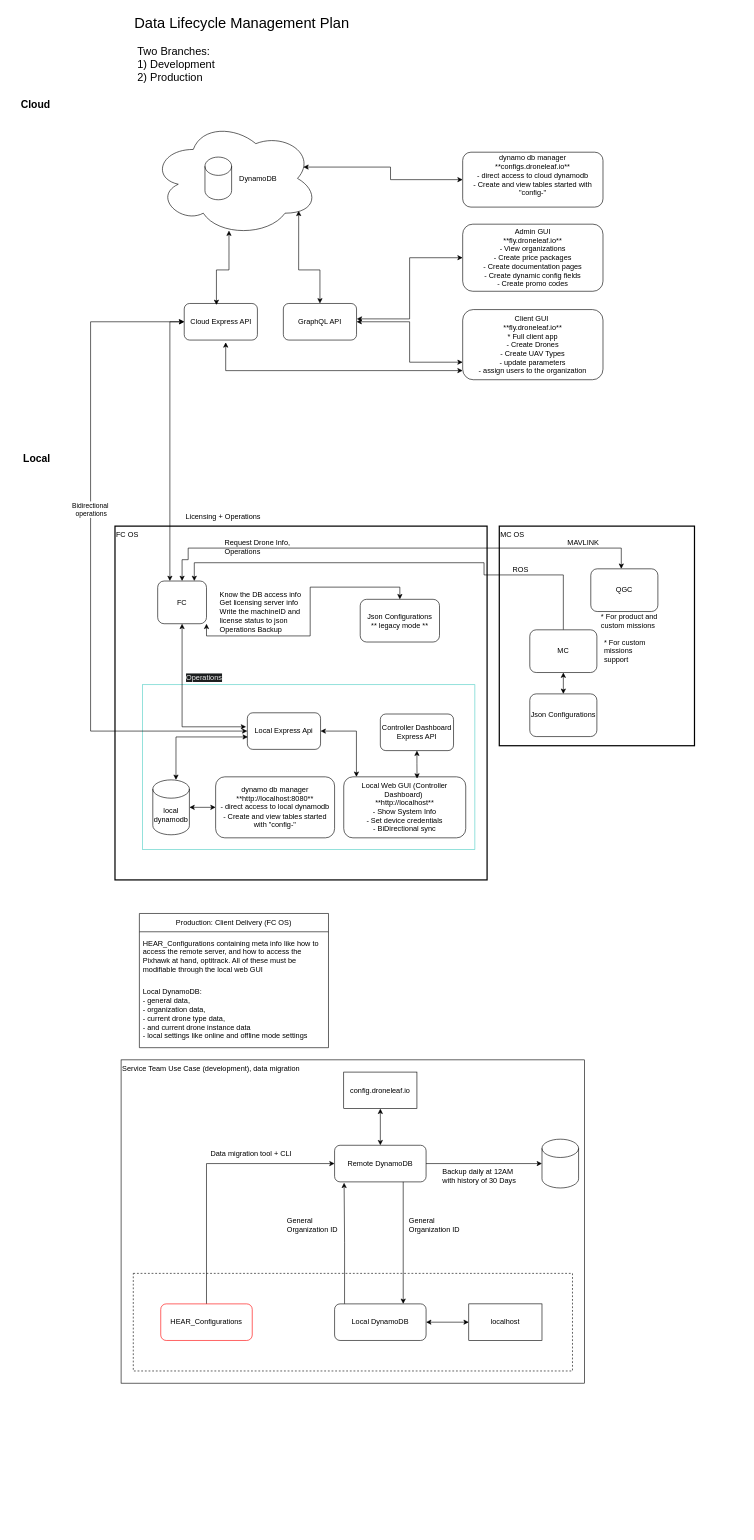
This is Guide/External Software/Data Lifecycle Management/Data_lifecycle_management.drawio from DroneLeaf/HEAR_wiki, a draw.io file, before an edit. Source tidied: cells renumbered, new cells numbered last; positions are measured from the earlier drawing's top-left corner, leaving out a move shared by most shapes. Both pictures are drawn from the tidied source at 61%, with x=0, y=0 at pixel (11, 10).
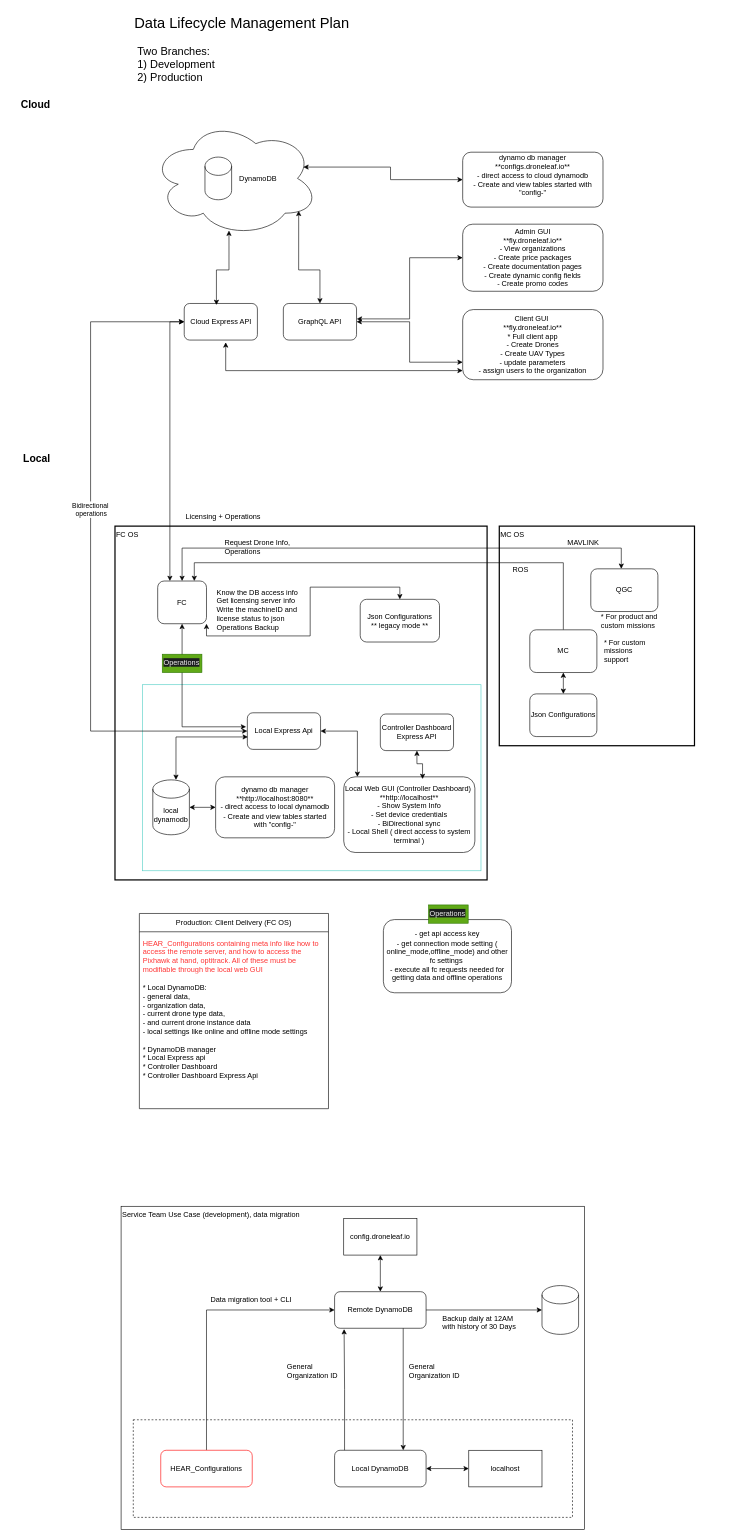
Above is the later version.

The change refers to these unchanged cells:
```xml
<mxCell id="9" value="FC" style="rounded=1;whiteSpace=wrap;html=1;" parent="1" vertex="1">
  <mxGeometry x="240" y="935" width="80" height="70" as="geometry" />
</mxCell>
<mxCell id="16" value="QGC" style="rounded=1;whiteSpace=wrap;html=1;" parent="1" vertex="1">
  <mxGeometry x="950" y="915" width="110" height="70" as="geometry" />
</mxCell>
<mxCell id="18" value="MC" style="rounded=1;whiteSpace=wrap;html=1;" parent="1" vertex="1">
  <mxGeometry x="850" y="1015" width="110" height="70" as="geometry" />
</mxCell>
```

Change to the diagram source:
```diff
@@
     <mxCell id="5" style="rounded=0;whiteSpace=wrap;html=1;align=left;verticalAlign=top;fillColor=none;strokeWidth=1;strokeColor=#50cec5;" parent="1" vertex="1">
-      <mxGeometry x="215" y="1105" width="545" height="270" as="geometry" />
+      <mxGeometry x="215" y="1105" width="555" height="305" as="geometry" />
     </mxCell>
     <mxCell id="6" value="Service Team Use Case (development), data migration" style="rounded=0;whiteSpace=wrap;html=1;verticalAlign=top;align=left;" parent="1" vertex="1">
-      <mxGeometry x="180" y="1720" width="760" height="530" as="geometry" />
+      <mxGeometry x="180" y="1960" width="760" height="530" as="geometry" />
     </mxCell>
     <mxCell id="7" style="rounded=0;whiteSpace=wrap;html=1;fillColor=none;dashed=1;" parent="1" vertex="1">
-      <mxGeometry x="200" y="2070" width="720" height="160" as="geometry" />
+      <mxGeometry x="200" y="2310" width="720" height="160" as="geometry" />
     </mxCell>
@@
-    <mxCell id="12" value="Local Web GUI (Controller Dashboard)&amp;nbsp;&lt;div&gt;**http://localhost**&lt;br&gt;&lt;div&gt;- Show System Info&lt;br&gt;- Set device credentials&lt;br&gt;- BiDirectional sync&lt;/div&gt;&lt;/div&gt;" style="rounded=1;whiteSpace=wrap;html=1;" parent="1" vertex="1">
-      <mxGeometry x="545" y="1256" width="200" height="100" as="geometry" />
+    <mxCell id="12" value="Local Web GUI (Controller Dashboard)&amp;nbsp;&lt;div&gt;**http://localhost**&lt;br&gt;&lt;div&gt;- Show System Info&lt;br&gt;- Set device credentials&lt;br&gt;- BiDirectional sync&lt;/div&gt;&lt;/div&gt;&lt;div&gt;- Local Shell ( direct access to system terminal )&lt;/div&gt;" style="rounded=1;whiteSpace=wrap;html=1;" parent="1" vertex="1">
+      <mxGeometry x="545" y="1256" width="215" height="124" as="geometry" />
     </mxCell>
@@
     <mxCell id="15" style="edgeStyle=orthogonalEdgeStyle;rounded=0;jettySize=auto;html=1;entryX=0.5;entryY=0;entryDx=0;entryDy=0;startArrow=classic;startFill=1;" parent="1" edge="1" source="16" target="9">
       <mxGeometry relative="1" as="geometry">
         <Array as="points">
           <mxPoint x="1000" y="881" />
-          <mxPoint x="290" y="881" />
-          <mxPoint x="290" y="900" />
-          <mxPoint x="280" y="900" />
+          <mxPoint x="280" y="881" />
         </Array>
       </mxGeometry>
     </mxCell>
@@
     <mxCell id="17" style="edgeStyle=orthogonalEdgeStyle;rounded=0;jettySize=auto;html=1;exitX=0.5;exitY=0;exitDx=0;exitDy=0;entryX=0.75;entryY=0;entryDx=0;entryDy=0;startArrow=none;startFill=0;" parent="1" edge="1" source="18" target="9">
       <mxGeometry relative="1" as="geometry">
         <Array as="points">
-          <mxPoint x="905" y="925" />
-          <mxPoint x="775" y="925" />
-          <mxPoint x="775" y="905" />
+          <mxPoint x="905" y="905" />
           <mxPoint x="300" y="905" />
         </Array>
       </mxGeometry>
     </mxCell>
@@
     <mxCell id="19" value="Production: Client Delivery (FC OS)" style="swimlane;fontStyle=0;horizontal=1;startSize=30;whiteSpace=wrap;html=1;" parent="1" vertex="1">
-      <mxGeometry x="210" y="1480" width="310" height="220" as="geometry" />
+      <mxGeometry x="210" y="1480" width="310" height="320" as="geometry" />
     </mxCell>
-    <mxCell id="20" value="HEAR_Configurations containing meta info like how to access the remote server, and how to access the Pixhawk at hand, optitrack. All of these must be modifiable through the local web GUI" style="text;strokeColor=none;fillColor=none;align=left;verticalAlign=middle;spacingLeft=4;spacingRight=4;overflow=hidden;whiteSpace=wrap;html=1;" parent="19" vertex="1">
+    <mxCell id="20" value="&lt;font color=&quot;#ff3333&quot;&gt;HEAR_Configurations containing meta info like how to access the remote server, and how to access the Pixhawk at hand, optitrack. All of these must be modifiable through the local web GUI&lt;/font&gt;" style="text;strokeColor=none;fillColor=none;align=left;verticalAlign=middle;spacingLeft=4;spacingRight=4;overflow=hidden;whiteSpace=wrap;html=1;" parent="19" vertex="1">
       <mxGeometry y="30" width="310" height="80" as="geometry" />
     </mxCell>
-    <mxCell id="21" value="Local DynamoDB:&lt;div&gt;- general data,&amp;nbsp;&lt;/div&gt;&lt;div&gt;- organization data,&amp;nbsp;&lt;/div&gt;&lt;div&gt;- current drone type data,&amp;nbsp;&lt;/div&gt;&lt;div&gt;- and current drone instance data&lt;/div&gt;&lt;div&gt;- local settings like online and offline mode settings&lt;/div&gt;" style="text;strokeColor=none;fillColor=none;align=left;verticalAlign=middle;spacingLeft=4;spacingRight=4;overflow=hidden;whiteSpace=wrap;html=1;" parent="19" vertex="1">
-      <mxGeometry y="110" width="310" height="110" as="geometry" />
+    <mxCell id="21" value="* Local DynamoDB:&lt;div&gt;- general data,&amp;nbsp;&lt;/div&gt;&lt;div&gt;- organization data,&amp;nbsp;&lt;/div&gt;&lt;div&gt;- current drone type data,&amp;nbsp;&lt;/div&gt;&lt;div&gt;- and current drone instance data&lt;/div&gt;&lt;div&gt;- local settings like online and offline mode settings&lt;/div&gt;&lt;div&gt;&lt;br&gt;&lt;/div&gt;&lt;div&gt;* DynamoDB manager&lt;/div&gt;&lt;div&gt;&lt;span style=&quot;background-color: initial;&quot;&gt;* Local Express api&lt;/span&gt;&lt;br&gt;&lt;/div&gt;&lt;div&gt;* Controller Dashboard&amp;nbsp;&lt;/div&gt;&lt;div&gt;* Controller Dashboard Express Api&lt;/div&gt;&lt;div&gt;&lt;br&gt;&lt;/div&gt;&lt;div&gt;&lt;br&gt;&lt;/div&gt;&lt;div&gt;&lt;br&gt;&lt;/div&gt;" style="text;strokeColor=none;fillColor=none;align=left;verticalAlign=middle;spacingLeft=4;spacingRight=4;overflow=hidden;whiteSpace=wrap;html=1;" parent="19" vertex="1">
+      <mxGeometry y="110" width="310" height="210" as="geometry" />
     </mxCell>
@@
     <mxCell id="23" value="Know the DB access info&lt;div&gt;Get licensing server info&lt;br&gt;&lt;div&gt;Write the machineID and license status to json&lt;/div&gt;&lt;/div&gt;&lt;div&gt;Operations Backup&lt;/div&gt;" style="text;html=1;align=left;verticalAlign=top;whiteSpace=wrap;rounded=0;" parent="1" vertex="1">
-      <mxGeometry x="340" y="943" width="145" height="100" as="geometry" />
+      <mxGeometry x="335" y="940" width="145" height="100" as="geometry" />
     </mxCell>
@@
     <mxCell id="25" style="edgeStyle=orthogonalEdgeStyle;rounded=0;jettySize=auto;html=1;exitX=0.5;exitY=0;exitDx=0;exitDy=0;" parent="1" edge="1" source="26" target="27">
       <mxGeometry relative="1" as="geometry">
         <Array as="points">
-          <mxPoint x="320" y="1890" />
+          <mxPoint x="320" y="2130" />
         </Array>
       </mxGeometry>
     </mxCell>
     <mxCell id="26" value="HEAR_Configurations" style="rounded=1;whiteSpace=wrap;html=1;strokeColor=#FF0000;" parent="1" vertex="1">
-      <mxGeometry x="245" y="2120" width="150" height="60" as="geometry" />
+      <mxGeometry x="245" y="2360" width="150" height="60" as="geometry" />
     </mxCell>
     <mxCell id="27" value="Remote DynamoDB" style="rounded=1;whiteSpace=wrap;html=1;" parent="1" vertex="1">
-      <mxGeometry x="530" y="1860" width="150" height="60" as="geometry" />
+      <mxGeometry x="530" y="2100" width="150" height="60" as="geometry" />
     </mxCell>
     <mxCell id="28" value="Local DynamoDB" style="rounded=1;whiteSpace=wrap;html=1;" parent="1" vertex="1">
-      <mxGeometry x="530" y="2120" width="150" height="60" as="geometry" />
+      <mxGeometry x="530" y="2360" width="150" height="60" as="geometry" />
     </mxCell>
     <mxCell id="29" value="Data migration tool + CLI" style="text;html=1;align=left;verticalAlign=top;whiteSpace=wrap;rounded=0;" parent="1" vertex="1">
-      <mxGeometry x="325" y="1860" width="160" height="30" as="geometry" />
+      <mxGeometry x="325" y="2100" width="160" height="30" as="geometry" />
     </mxCell>
@@
     <mxCell id="32" value="General&lt;div&gt;Organization ID&lt;/div&gt;" style="text;html=1;align=left;verticalAlign=top;whiteSpace=wrap;rounded=0;" parent="1" vertex="1">
-      <mxGeometry x="650" y="1970" width="100" height="80" as="geometry" />
+      <mxGeometry x="650" y="2210" width="100" height="80" as="geometry" />
     </mxCell>
     <mxCell id="33" value="General&lt;div&gt;Organization ID&lt;/div&gt;" style="text;html=1;align=left;verticalAlign=top;whiteSpace=wrap;rounded=0;" parent="1" vertex="1">
-      <mxGeometry x="450" y="1970" width="100" height="80" as="geometry" />
+      <mxGeometry x="450" y="2210" width="100" height="80" as="geometry" />
     </mxCell>
@@
     <mxCell id="35" value="config.droneleaf.io" style="rounded=0;whiteSpace=wrap;html=1;" parent="1" vertex="1">
-      <mxGeometry x="545" y="1740" width="120" height="60" as="geometry" />
+      <mxGeometry x="545" y="1980" width="120" height="60" as="geometry" />
     </mxCell>
     <mxCell id="36" value="localhost" style="rounded=0;whiteSpace=wrap;html=1;" parent="1" vertex="1">
-      <mxGeometry x="750" y="2120" width="120" height="60" as="geometry" />
+      <mxGeometry x="750" y="2360" width="120" height="60" as="geometry" />
     </mxCell>
@@
     <mxCell id="38" style="shape=cylinder3;whiteSpace=wrap;html=1;boundedLbl=1;backgroundOutline=1;size=15;" parent="1" vertex="1">
-      <mxGeometry x="870" y="1850" width="60" height="80" as="geometry" />
+      <mxGeometry x="870" y="2090" width="60" height="80" as="geometry" />
     </mxCell>
@@
     <mxCell id="40" value="Backup daily at 12AM&lt;br&gt;with history of 30 Days" style="text;html=1;align=left;verticalAlign=top;whiteSpace=wrap;rounded=0;" parent="1" vertex="1">
-      <mxGeometry x="705" y="1890" width="165" height="30" as="geometry" />
+      <mxGeometry x="705" y="2130" width="165" height="30" as="geometry" />
     </mxCell>
@@
-    <mxCell id="48" value="&lt;span style=&quot;color: rgb(240, 240, 240); font-family: Helvetica; font-size: 12px; font-style: normal; font-variant-ligatures: normal; font-variant-caps: normal; font-weight: 400; letter-spacing: normal; orphans: 2; text-align: left; text-indent: 0px; text-transform: none; widows: 2; word-spacing: 0px; -webkit-text-stroke-width: 0px; white-space: normal; background-color: rgb(27, 29, 30); text-decoration-thickness: initial; text-decoration-style: initial; text-decoration-color: initial; display: inline !important; float: none;&quot;&gt;Operations&lt;/span&gt;" style="text;whiteSpace=wrap;html=1;" parent="1" vertex="1">
-      <mxGeometry x="285" y="1080" width="90" height="40" as="geometry" />
+    <mxCell id="48" value="&lt;span style=&quot;color: rgb(240, 240, 240); font-family: Helvetica; font-size: 12px; font-style: normal; font-variant-ligatures: normal; font-variant-caps: normal; font-weight: 400; letter-spacing: normal; orphans: 2; text-align: left; text-indent: 0px; text-transform: none; widows: 2; word-spacing: 0px; -webkit-text-stroke-width: 0px; white-space: normal; background-color: rgb(27, 29, 30); text-decoration-thickness: initial; text-decoration-style: initial; text-decoration-color: initial; display: inline !important; float: none;&quot;&gt;Operations&lt;/span&gt;" style="text;whiteSpace=wrap;html=1;fillColor=#60a917;fontColor=#ffffff;strokeColor=#2D7600;" parent="1" vertex="1">
+      <mxGeometry x="247.5" y="1055" width="65" height="30" as="geometry" />
     </mxCell>
@@
+    <mxCell id="77" value="- get api access key&lt;div&gt;- get connection mode setting ( online_mode,offline_mode) and other fc settings&lt;span style=&quot;background-color: initial;&quot;&gt;&amp;nbsp;&lt;/span&gt;&lt;/div&gt;&lt;div&gt;- execute all fc requests needed for getting data and offline operations&lt;/div&gt;" style="rounded=1;whiteSpace=wrap;html=1;" parent="1" vertex="1">
+      <mxGeometry x="610" y="1490" width="210" height="120" as="geometry" />
+    </mxCell>
+    <mxCell id="78" value="&lt;span style=&quot;color: rgb(240, 240, 240); font-family: Helvetica; font-size: 12px; font-style: normal; font-variant-ligatures: normal; font-variant-caps: normal; font-weight: 400; letter-spacing: normal; orphans: 2; text-align: left; text-indent: 0px; text-transform: none; widows: 2; word-spacing: 0px; -webkit-text-stroke-width: 0px; white-space: normal; background-color: rgb(27, 29, 30); text-decoration-thickness: initial; text-decoration-style: initial; text-decoration-color: initial; display: inline !important; float: none;&quot;&gt;Operations&lt;/span&gt;" style="text;whiteSpace=wrap;html=1;fillColor=#60a917;fontColor=#ffffff;strokeColor=#2D7600;" parent="1" vertex="1">
+      <mxGeometry x="684" y="1466" width="65" height="30" as="geometry" />
+    </mxCell>
```
